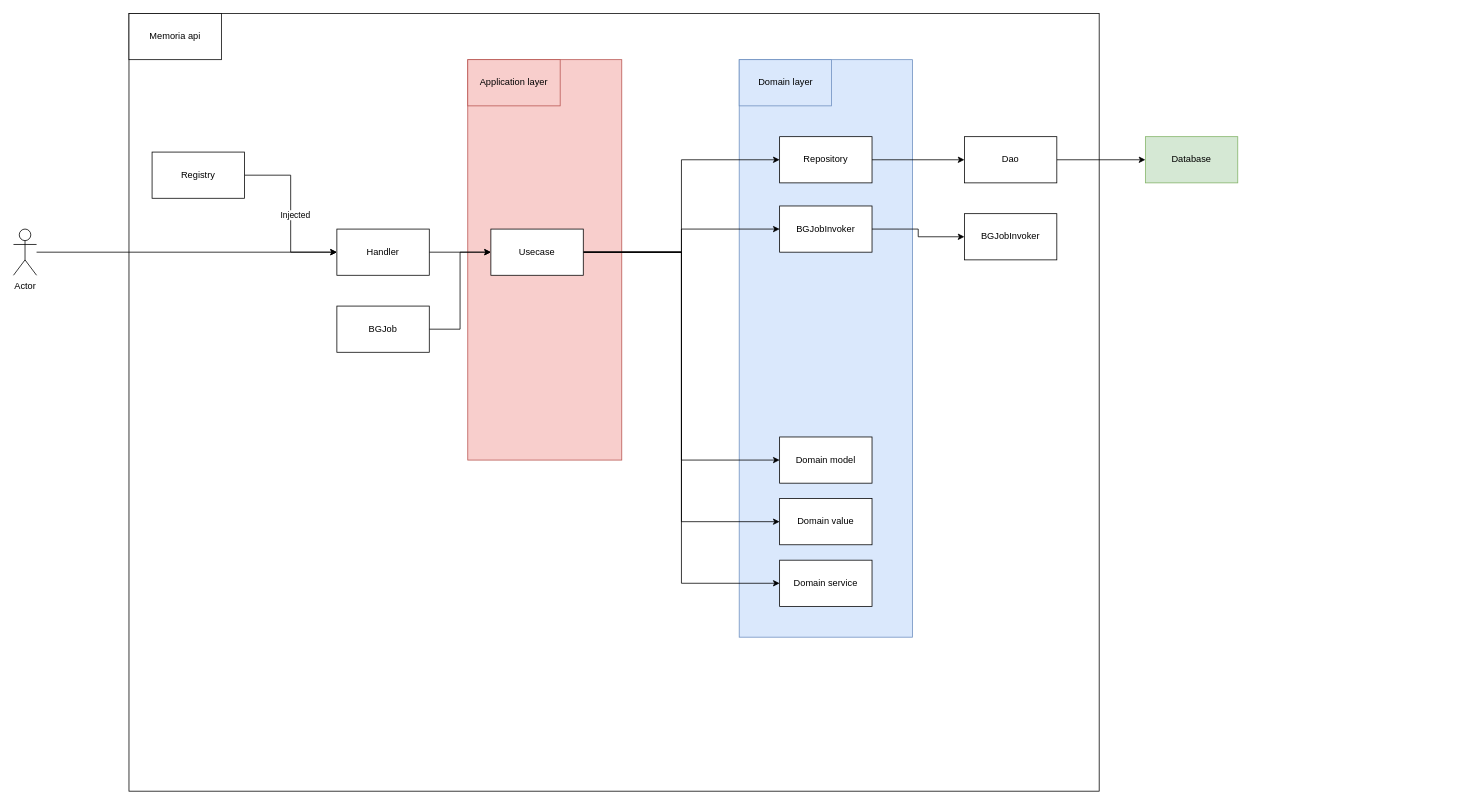
This is page "Backend architecture" (3 of 7) of docs/memoria.drawio from eiji03aero/memoria, a draw.io file, before an edit. Source tidied: cells renumbered, new cells numbered last; positions are measured from the earlier drawing's top-left corner, leaving out a move shared by most shapes. Both pictures are drawn from the tidied source at 77%, with x=0, y=0 at pixel (13, 13).
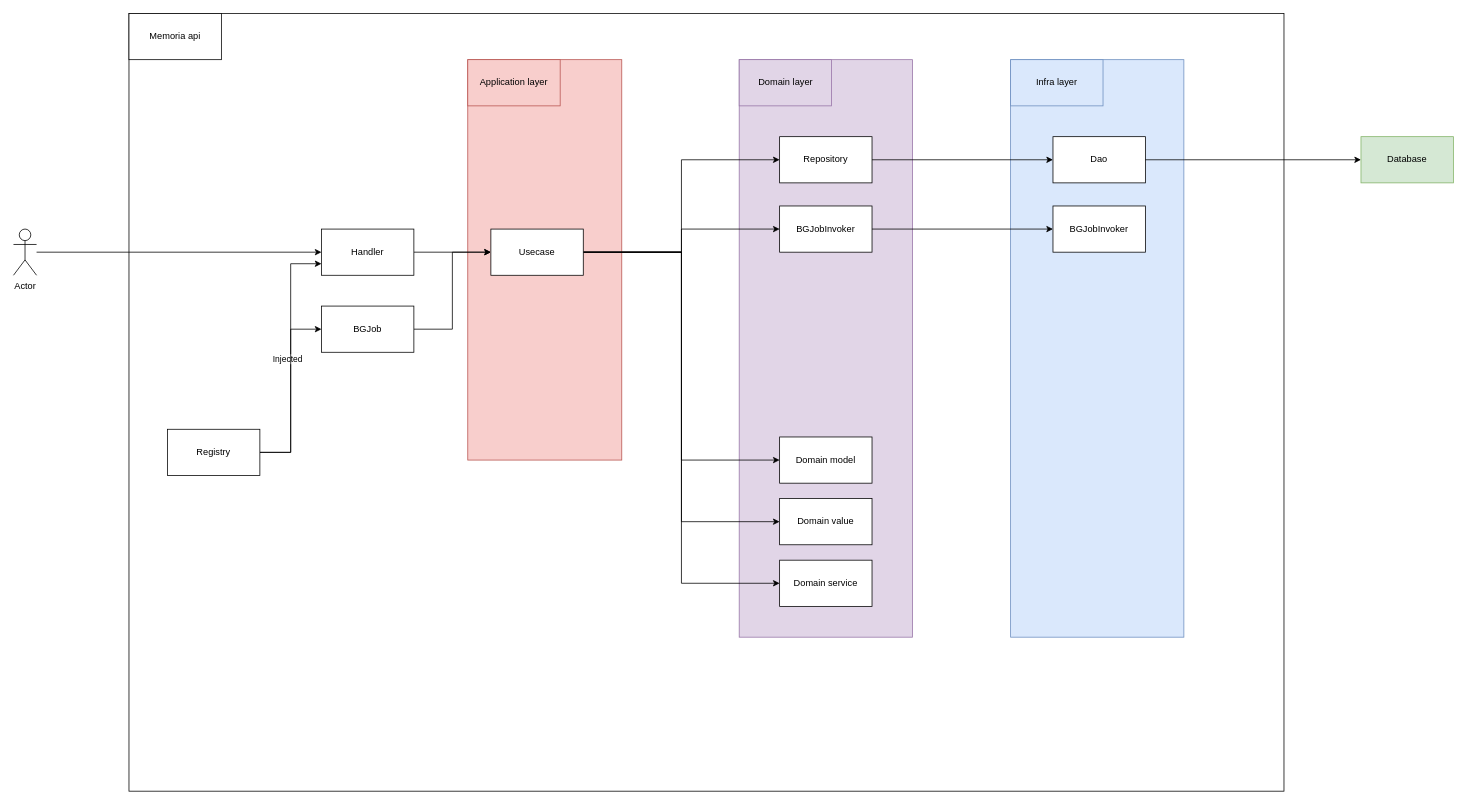
The same diagram, later.

The edit, as a diff of the source:
```diff
@@
     <mxCell id="2" style="rounded=0;whiteSpace=wrap;html=1;" parent="1" vertex="1">
-      <mxGeometry x="150" width="1260" height="1010" as="geometry" />
+      <mxGeometry x="150" width="1500" height="1010" as="geometry" />
     </mxCell>
+    <mxCell id="34" style="rounded=0;whiteSpace=wrap;html=1;fillColor=#dae8fc;strokeColor=#6c8ebf;" parent="1" vertex="1">
+      <mxGeometry x="1295" y="60" width="225" height="750" as="geometry" />
+    </mxCell>
@@
-    <mxCell id="4" style="rounded=0;whiteSpace=wrap;html=1;fillColor=#dae8fc;strokeColor=#6c8ebf;" parent="1" vertex="1">
+    <mxCell id="4" style="rounded=0;whiteSpace=wrap;html=1;fillColor=#e1d5e7;strokeColor=#9673a6;" parent="1" vertex="1">
       <mxGeometry x="942.5" y="60" width="225" height="750" as="geometry" />
     </mxCell>
@@
     <mxCell id="7" value="Handler" style="rounded=0;whiteSpace=wrap;html=1;" parent="1" vertex="1">
-      <mxGeometry x="420" y="280" width="120" height="60" as="geometry" />
+      <mxGeometry x="400" y="280" width="120" height="60" as="geometry" />
     </mxCell>
     <mxCell id="8" value="Database" style="rounded=0;whiteSpace=wrap;html=1;fillColor=#d5e8d4;strokeColor=#82b366;" parent="1" vertex="1">
-      <mxGeometry x="1470" y="160" width="120" height="60" as="geometry" />
+      <mxGeometry x="1750" y="160" width="120" height="60" as="geometry" />
     </mxCell>
@@
-    <mxCell id="12" style="edgeStyle=orthogonalEdgeStyle;rounded=0;jettySize=auto;html=1;entryX=0;entryY=0.5;entryDx=0;entryDy=0;" parent="1" edge="1" source="13" target="8">
-      <mxGeometry relative="1" as="geometry" />
-    </mxCell>
-    <mxCell id="13" value="Dao" style="rounded=0;whiteSpace=wrap;html=1;" parent="1" vertex="1">
-      <mxGeometry x="1235" y="160" width="120" height="60" as="geometry" />
-    </mxCell>
-    <mxCell id="14" style="edgeStyle=orthogonalEdgeStyle;rounded=0;jettySize=auto;html=1;entryX=0;entryY=0.5;entryDx=0;entryDy=0;" parent="1" edge="1" source="16" target="7">
+    <mxCell id="14" style="edgeStyle=orthogonalEdgeStyle;rounded=0;jettySize=auto;html=1;entryX=0;entryY=0.75;entryDx=0;entryDy=0;" parent="1" edge="1" source="16" target="7">
       <mxGeometry relative="1" as="geometry" />
     </mxCell>
@@
+    <mxCell id="35" style="edgeStyle=orthogonalEdgeStyle;rounded=0;jettySize=auto;html=1;entryX=0;entryY=0.5;entryDx=0;entryDy=0;" parent="1" edge="1" source="16" target="33">
+      <mxGeometry relative="1" as="geometry" />
+    </mxCell>
     <mxCell id="16" value="Registry" style="rounded=0;whiteSpace=wrap;html=1;" parent="1" vertex="1">
-      <mxGeometry x="180" y="180" width="120" height="60" as="geometry" />
+      <mxGeometry x="200" y="540" width="120" height="60" as="geometry" />
     </mxCell>
@@
-    <mxCell id="27" value="Domain layer" style="rounded=0;whiteSpace=wrap;html=1;fillColor=#dae8fc;strokeColor=#6c8ebf;" parent="1" vertex="1">
+    <mxCell id="27" value="Domain layer" style="rounded=0;whiteSpace=wrap;html=1;fillColor=#e1d5e7;strokeColor=#9673a6;" parent="1" vertex="1">
       <mxGeometry x="942.5" y="60" width="120" height="60" as="geometry" />
     </mxCell>
@@
-    <mxCell id="31" value="BGJobInvoker" style="rounded=0;whiteSpace=wrap;html=1;" parent="1" vertex="1">
-      <mxGeometry x="1235" y="260" width="120" height="60" as="geometry" />
-    </mxCell>
@@
     <mxCell id="33" value="BGJob" style="rounded=0;whiteSpace=wrap;html=1;" parent="1" vertex="1">
-      <mxGeometry x="420" y="380" width="120" height="60" as="geometry" />
+      <mxGeometry x="400" y="380" width="120" height="60" as="geometry" />
     </mxCell>
+    <mxCell id="36" value="Infra layer" style="rounded=0;whiteSpace=wrap;html=1;fillColor=#dae8fc;strokeColor=#6c8ebf;" parent="1" vertex="1">
+      <mxGeometry x="1295" y="60" width="120" height="60" as="geometry" />
+    </mxCell>
+    <mxCell id="13" value="Dao" style="rounded=0;whiteSpace=wrap;html=1;" parent="1" vertex="1">
+      <mxGeometry x="1350" y="160" width="120" height="60" as="geometry" />
+    </mxCell>
+    <mxCell id="31" value="BGJobInvoker" style="rounded=0;whiteSpace=wrap;html=1;" parent="1" vertex="1">
+      <mxGeometry x="1350" y="250" width="120" height="60" as="geometry" />
+    </mxCell>
+    <mxCell id="12" style="edgeStyle=orthogonalEdgeStyle;rounded=0;jettySize=auto;html=1;entryX=0;entryY=0.5;entryDx=0;entryDy=0;" parent="1" edge="1" source="13" target="8">
+      <mxGeometry relative="1" as="geometry" />
+    </mxCell>
```
